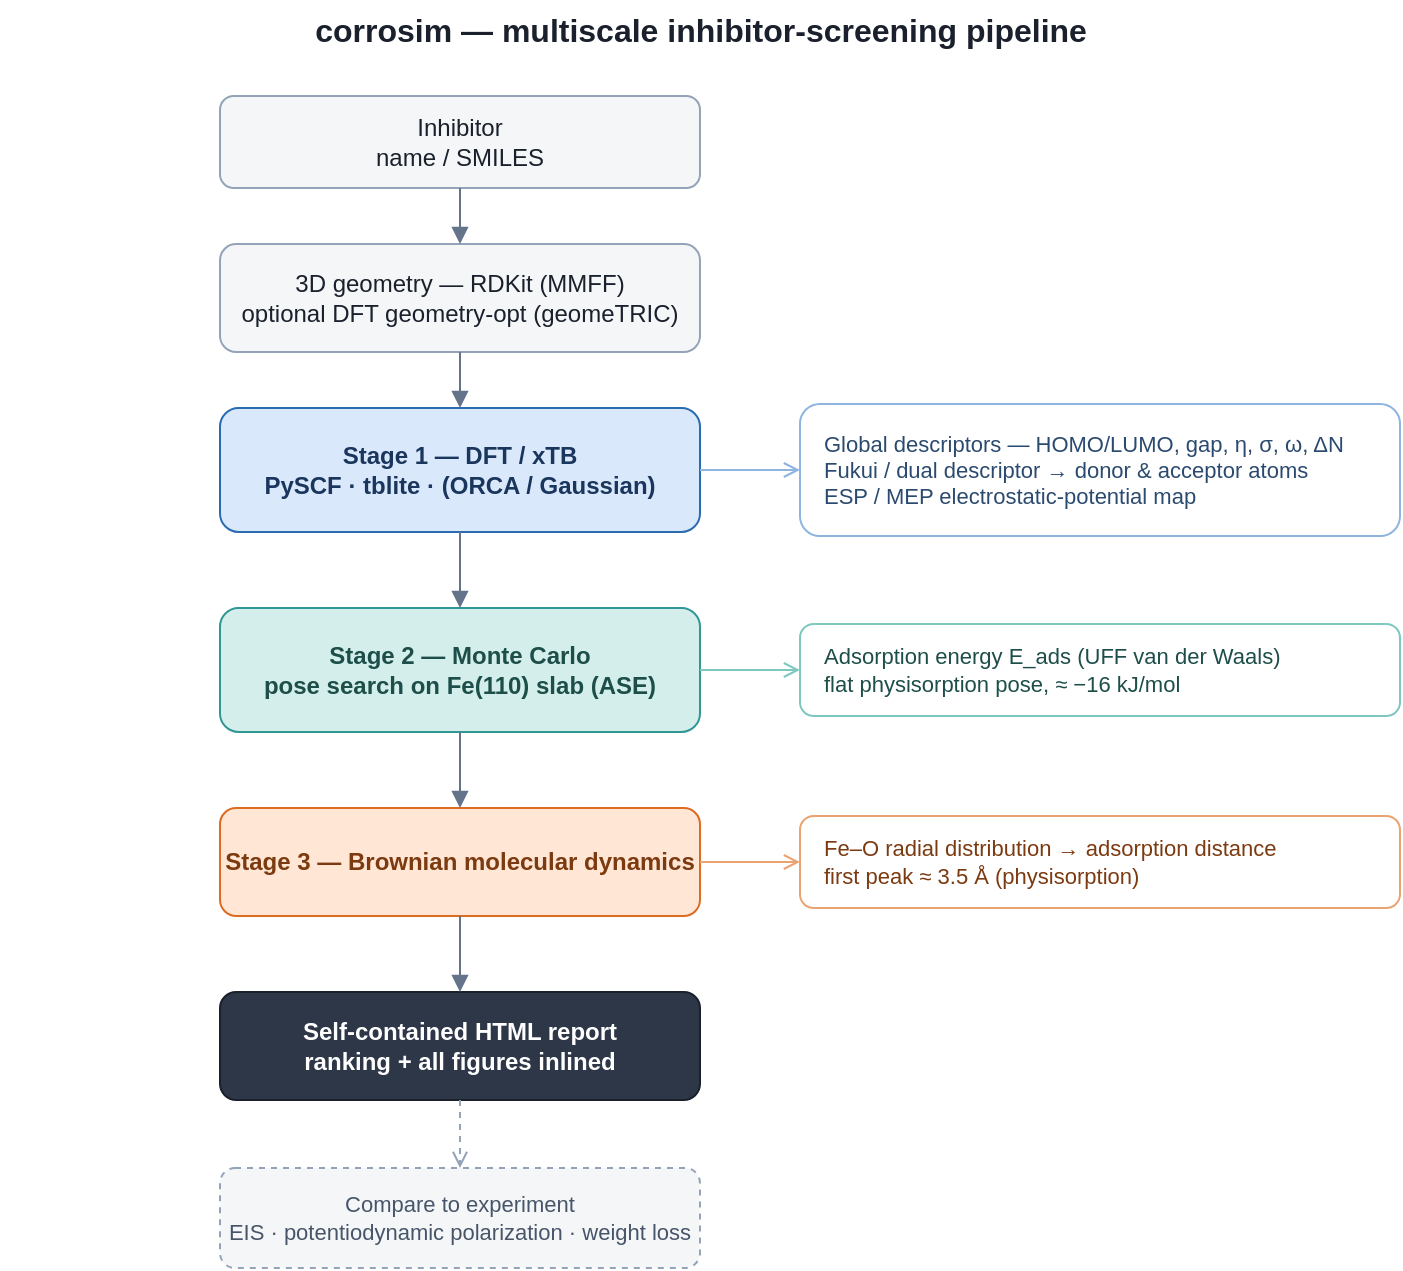
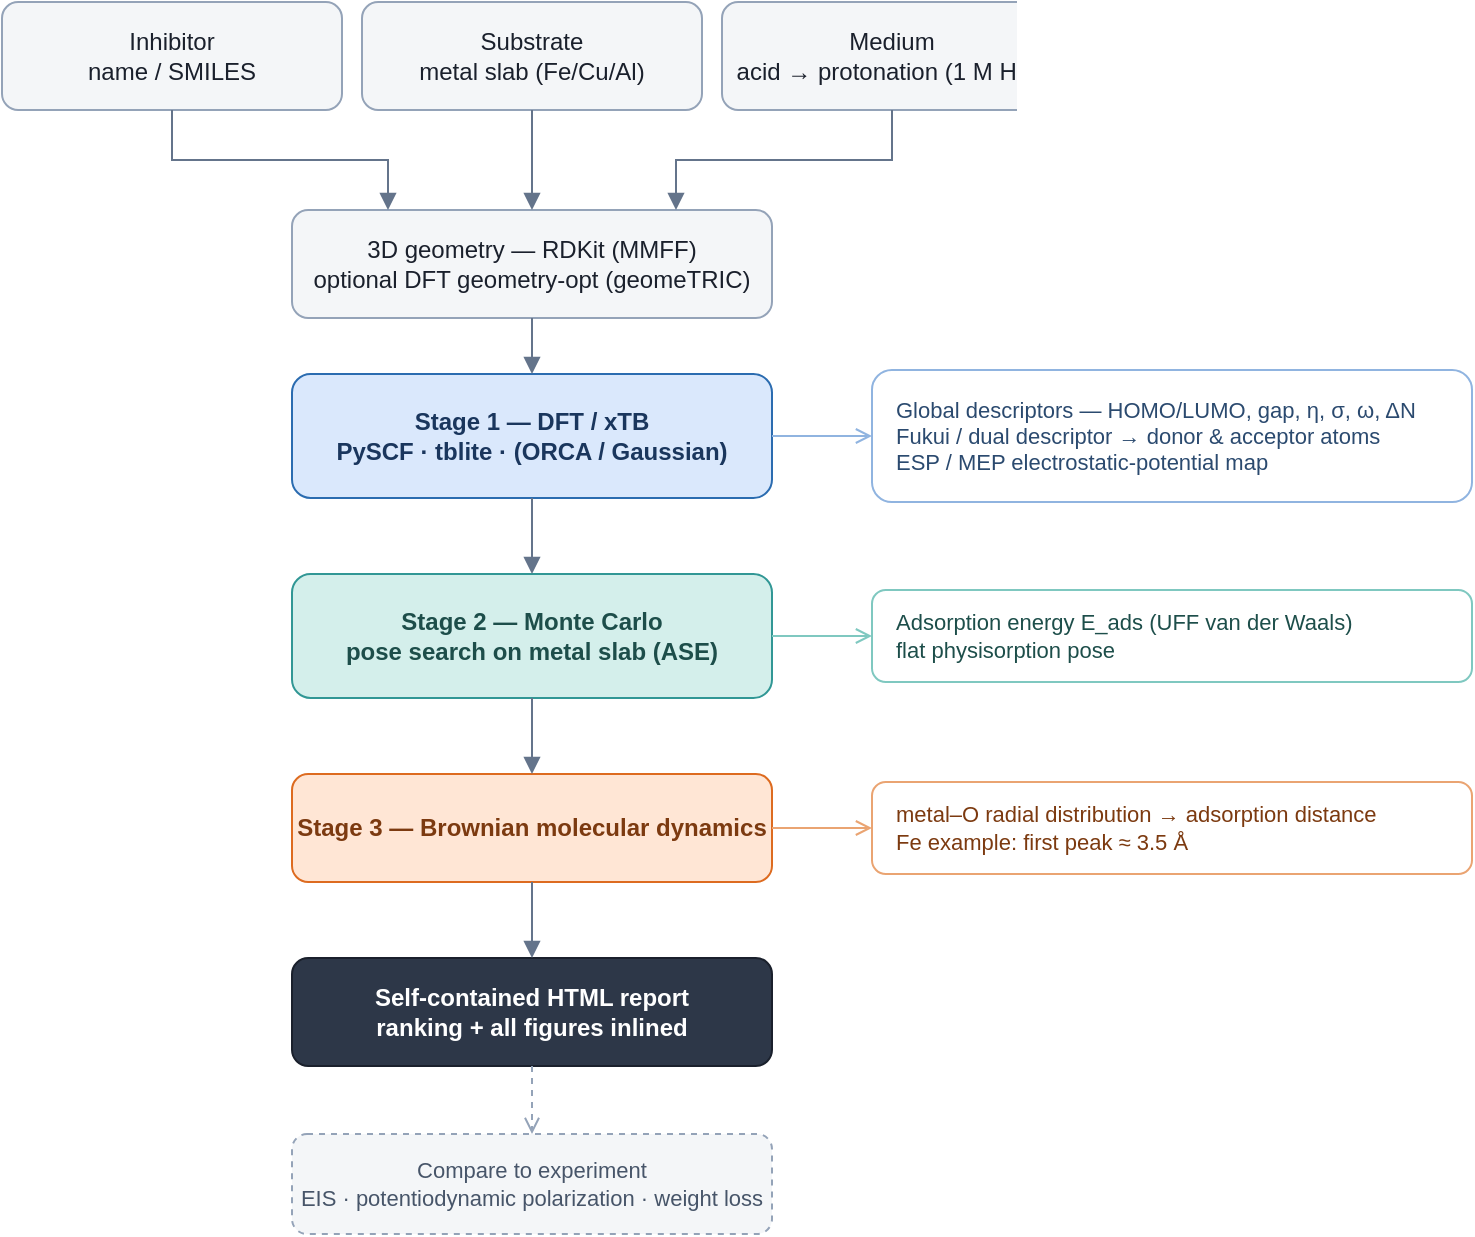
<mxfile host="corrosim" type="device">
  <diagram name="corrosim-pipeline" id="corrosim-pipeline">
-     <mxGraphModel dx="900" dy="700" grid="0" gridSize="10" guides="1" tooltips="1" connect="1" arrows="1" fold="1" page="1" pageScale="1" pageWidth="780" pageHeight="760" math="0" shadow="0">
+     <mxGraphModel dx="900" dy="700" grid="0" gridSize="10" guides="1" tooltips="1" connect="1" arrows="1" fold="1" page="1" pageScale="1" pageWidth="780" pageHeight="742" math="0" shadow="0">
      <root>
        <mxCell id="0" />
        <mxCell id="1" parent="0" />

-         <mxCell id="title" value="corrosim — multiscale inhibitor-screening pipeline" style="text;html=1;align=center;verticalAlign=middle;fontSize=16;fontStyle=1;fontColor=#1a202c;" vertex="1" parent="1">
-           <mxGeometry x="40" y="16" width="700" height="30" as="geometry" />
+         <mxCell id="in" value="Inhibitor&#10;name / SMILES" style="rounded=1;whiteSpace=wrap;html=1;fillColor=#f4f6f8;strokeColor=#94a3b8;fontSize=12;fontColor=#1a202c;" vertex="1" parent="1">
+           <mxGeometry x="5" y="16" width="170" height="54" as="geometry" />
        </mxCell>

-         <mxCell id="in" value="Inhibitor&#10;name / SMILES" style="rounded=1;whiteSpace=wrap;html=1;fillColor=#f4f6f8;strokeColor=#94a3b8;fontSize=12;fontColor=#1a202c;" vertex="1" parent="1">
-           <mxGeometry x="150" y="64" width="240" height="46" as="geometry" />
+         <mxCell id="sub" value="Substrate&#10;metal slab (Fe/Cu/Al)" style="rounded=1;whiteSpace=wrap;html=1;fillColor=#f4f6f8;strokeColor=#94a3b8;fontSize=12;fontColor=#1a202c;" vertex="1" parent="1">
+           <mxGeometry x="185" y="16" width="170" height="54" as="geometry" />
+         </mxCell>
+ 
+         <mxCell id="med" value="Medium&#10;acid → protonation (1 M HCl)" style="rounded=1;whiteSpace=wrap;html=1;fillColor=#f4f6f8;strokeColor=#94a3b8;fontSize=12;fontColor=#1a202c;" vertex="1" parent="1">
+           <mxGeometry x="365" y="16" width="170" height="54" as="geometry" />
        </mxCell>

        <mxCell id="geo" value="3D geometry — RDKit (MMFF)&#10;optional DFT geometry-opt (geomeTRIC)" style="rounded=1;whiteSpace=wrap;html=1;fillColor=#f4f6f8;strokeColor=#94a3b8;fontSize=12;fontColor=#1a202c;" vertex="1" parent="1">
-           <mxGeometry x="150" y="138" width="240" height="54" as="geometry" />
+           <mxGeometry x="150" y="120" width="240" height="54" as="geometry" />
        </mxCell>

        <mxCell id="s1" value="Stage 1 — DFT / xTB&#10;PySCF · tblite · (ORCA / Gaussian)" style="rounded=1;whiteSpace=wrap;html=1;fillColor=#dae8fc;strokeColor=#2b6cb0;fontSize=12;fontStyle=1;fontColor=#1a365d;" vertex="1" parent="1">
-           <mxGeometry x="150" y="220" width="240" height="62" as="geometry" />
+           <mxGeometry x="150" y="202" width="240" height="62" as="geometry" />
        </mxCell>

        <mxCell id="s1out" value="Global descriptors — HOMO/LUMO, gap, η, σ, ω, ΔN&#10;Fukui / dual descriptor → donor &amp; acceptor atoms&#10;ESP / MEP electrostatic-potential map" style="rounded=1;whiteSpace=wrap;html=1;fillColor=#ffffff;strokeColor=#90b4e0;fontSize=11;fontColor=#2b4a6f;align=left;spacingLeft=10;" vertex="1" parent="1">
-           <mxGeometry x="440" y="218" width="300" height="66" as="geometry" />
+           <mxGeometry x="440" y="200" width="300" height="66" as="geometry" />
        </mxCell>

-         <mxCell id="s2" value="Stage 2 — Monte Carlo&#10;pose search on Fe(110) slab (ASE)" style="rounded=1;whiteSpace=wrap;html=1;fillColor=#d4efeb;strokeColor=#319795;fontSize=12;fontStyle=1;fontColor=#1d4e4a;" vertex="1" parent="1">
-           <mxGeometry x="150" y="320" width="240" height="62" as="geometry" />
+         <mxCell id="s2" value="Stage 2 — Monte Carlo&#10;pose search on metal slab (ASE)" style="rounded=1;whiteSpace=wrap;html=1;fillColor=#d4efeb;strokeColor=#319795;fontSize=12;fontStyle=1;fontColor=#1d4e4a;" vertex="1" parent="1">
+           <mxGeometry x="150" y="302" width="240" height="62" as="geometry" />
        </mxCell>

-         <mxCell id="s2out" value="Adsorption energy E_ads (UFF van der Waals)&#10;flat physisorption pose, ≈ −16 kJ/mol" style="rounded=1;whiteSpace=wrap;html=1;fillColor=#ffffff;strokeColor=#7fc8c0;fontSize=11;fontColor=#1d4e4a;align=left;spacingLeft=10;" vertex="1" parent="1">
-           <mxGeometry x="440" y="328" width="300" height="46" as="geometry" />
+         <mxCell id="s2out" value="Adsorption energy E_ads (UFF van der Waals)&#10;flat physisorption pose" style="rounded=1;whiteSpace=wrap;html=1;fillColor=#ffffff;strokeColor=#7fc8c0;fontSize=11;fontColor=#1d4e4a;align=left;spacingLeft=10;" vertex="1" parent="1">
+           <mxGeometry x="440" y="310" width="300" height="46" as="geometry" />
        </mxCell>

        <mxCell id="s3" value="Stage 3 — Brownian molecular dynamics" style="rounded=1;whiteSpace=wrap;html=1;fillColor=#ffe6d5;strokeColor=#dd6b20;fontSize=12;fontStyle=1;fontColor=#7c3a10;" vertex="1" parent="1">
-           <mxGeometry x="150" y="420" width="240" height="54" as="geometry" />
+           <mxGeometry x="150" y="402" width="240" height="54" as="geometry" />
        </mxCell>

-         <mxCell id="s3out" value="Fe–O radial distribution → adsorption distance&#10;first peak ≈ 3.5 Å (physisorption)" style="rounded=1;whiteSpace=wrap;html=1;fillColor=#ffffff;strokeColor=#eaa472;fontSize=11;fontColor=#7c3a10;align=left;spacingLeft=10;" vertex="1" parent="1">
-           <mxGeometry x="440" y="424" width="300" height="46" as="geometry" />
+         <mxCell id="s3out" value="metal–O radial distribution → adsorption distance&#10;Fe example: first peak ≈ 3.5 Å" style="rounded=1;whiteSpace=wrap;html=1;fillColor=#ffffff;strokeColor=#eaa472;fontSize=11;fontColor=#7c3a10;align=left;spacingLeft=10;" vertex="1" parent="1">
+           <mxGeometry x="440" y="406" width="300" height="46" as="geometry" />
        </mxCell>

        <mxCell id="rep" value="Self-contained HTML report&#10;ranking + all figures inlined" style="rounded=1;whiteSpace=wrap;html=1;fillColor=#2d3748;strokeColor=#1a202c;fontSize=12;fontStyle=1;fontColor=#ffffff;" vertex="1" parent="1">
-           <mxGeometry x="150" y="512" width="240" height="54" as="geometry" />
+           <mxGeometry x="150" y="494" width="240" height="54" as="geometry" />
        </mxCell>

        <mxCell id="exp" value="Compare to experiment&#10;EIS · potentiodynamic polarization · weight loss" style="rounded=1;whiteSpace=wrap;html=1;dashed=1;fillColor=#f4f6f8;strokeColor=#94a3b8;fontSize=11;fontColor=#475569;" vertex="1" parent="1">
-           <mxGeometry x="150" y="600" width="240" height="50" as="geometry" />
+           <mxGeometry x="150" y="582" width="240" height="50" as="geometry" />
        </mxCell>

-         <mxCell id="e1" style="edgeStyle=orthogonalEdgeStyle;rounded=0;html=1;strokeColor=#64748b;endArrow=block;endFill=1;" edge="1" parent="1" source="in" target="geo"><mxGeometry relative="1" as="geometry" /></mxCell>
+         <mxCell id="e1" style="edgeStyle=orthogonalEdgeStyle;rounded=0;html=1;strokeColor=#64748b;endArrow=block;endFill=1;exitX=0.5;exitY=1;exitDx=0;exitDy=0;entryX=0.2;entryY=0;entryDx=0;entryDy=0;" edge="1" parent="1" source="in" target="geo"><mxGeometry relative="1" as="geometry" /></mxCell>
+         <mxCell id="e1b" style="edgeStyle=orthogonalEdgeStyle;rounded=0;html=1;strokeColor=#64748b;endArrow=block;endFill=1;exitX=0.5;exitY=1;exitDx=0;exitDy=0;entryX=0.5;entryY=0;entryDx=0;entryDy=0;" edge="1" parent="1" source="sub" target="geo"><mxGeometry relative="1" as="geometry" /></mxCell>
+         <mxCell id="e1c" style="edgeStyle=orthogonalEdgeStyle;rounded=0;html=1;strokeColor=#64748b;endArrow=block;endFill=1;exitX=0.5;exitY=1;exitDx=0;exitDy=0;entryX=0.8;entryY=0;entryDx=0;entryDy=0;" edge="1" parent="1" source="med" target="geo"><mxGeometry relative="1" as="geometry" /></mxCell>
        <mxCell id="e2" style="edgeStyle=orthogonalEdgeStyle;rounded=0;html=1;strokeColor=#64748b;endArrow=block;endFill=1;" edge="1" parent="1" source="geo" target="s1"><mxGeometry relative="1" as="geometry" /></mxCell>
        <mxCell id="e3" style="edgeStyle=orthogonalEdgeStyle;rounded=0;html=1;strokeColor=#64748b;endArrow=block;endFill=1;" edge="1" parent="1" source="s1" target="s2"><mxGeometry relative="1" as="geometry" /></mxCell>
        <mxCell id="e4" style="edgeStyle=orthogonalEdgeStyle;rounded=0;html=1;strokeColor=#64748b;endArrow=block;endFill=1;" edge="1" parent="1" source="s2" target="s3"><mxGeometry relative="1" as="geometry" /></mxCell>
        <mxCell id="e5" style="edgeStyle=orthogonalEdgeStyle;rounded=0;html=1;strokeColor=#64748b;endArrow=block;endFill=1;" edge="1" parent="1" source="s3" target="rep"><mxGeometry relative="1" as="geometry" /></mxCell>
        <mxCell id="e6" style="edgeStyle=orthogonalEdgeStyle;rounded=0;html=1;strokeColor=#94a3b8;dashed=1;endArrow=open;endFill=0;" edge="1" parent="1" source="rep" target="exp"><mxGeometry relative="1" as="geometry" /></mxCell>

        <mxCell id="o1" style="edgeStyle=orthogonalEdgeStyle;rounded=0;html=1;strokeColor=#90b4e0;endArrow=open;endFill=0;" edge="1" parent="1" source="s1" target="s1out"><mxGeometry relative="1" as="geometry" /></mxCell>
        <mxCell id="o2" style="edgeStyle=orthogonalEdgeStyle;rounded=0;html=1;strokeColor=#7fc8c0;endArrow=open;endFill=0;" edge="1" parent="1" source="s2" target="s2out"><mxGeometry relative="1" as="geometry" /></mxCell>
        <mxCell id="o3" style="edgeStyle=orthogonalEdgeStyle;rounded=0;html=1;strokeColor=#eaa472;endArrow=open;endFill=0;" edge="1" parent="1" source="s3" target="s3out"><mxGeometry relative="1" as="geometry" /></mxCell>
      </root>
    </mxGraphModel>
  </diagram>
</mxfile>
